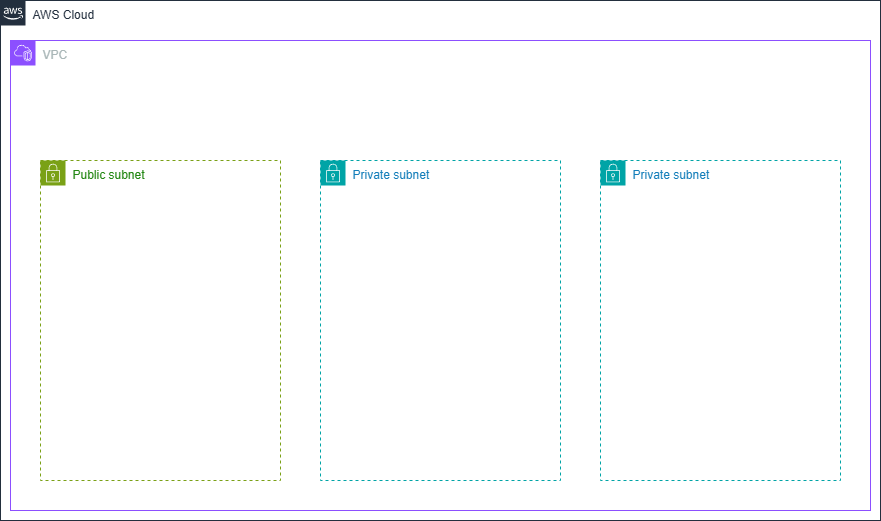
Above: AWS_Training_Arch.drawio.png in SubraiSambary/Drawings (draw.io), before the change. Source tidied: cells renumbered, new cells last; positions are measured from the earlier drawing's top-left corner, leaving out a move shared by most shapes.
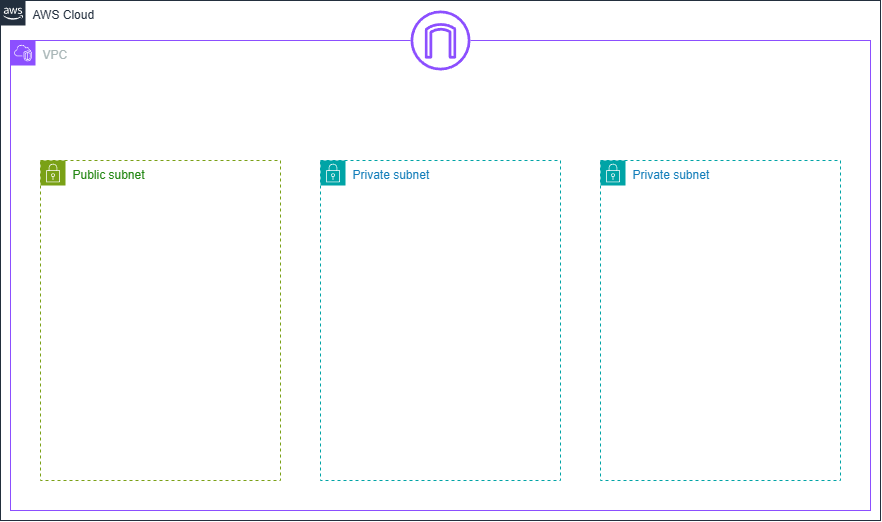
The same diagram one commit later.

Change to the diagram source:
```diff
@@ -26,5 +26,11 @@
     <mxCell id="9" style="rounded=0;whiteSpace=wrap;html=1;fillColor=none;dashed=1;strokeColor=light-dark(#7aa116, #e6e3ef);" parent="8" vertex="1">
       <mxGeometry width="240" height="320" as="geometry" />
     </mxCell>
+    <mxCell id="10" style="rounded=0;whiteSpace=wrap;html=1;strokeColor=none;" parent="3" vertex="1">
+      <mxGeometry x="400" y="-30" width="60" height="60" as="geometry" />
+    </mxCell>
+    <mxCell id="11" style="sketch=0;fontColor=#232F3E;gradientColor=none;fillColor=#8C4FFF;strokeColor=none;dashed=0;verticalLabelPosition=bottom;verticalAlign=top;align=center;html=1;fontSize=12;fontStyle=0;shape=mxgraph.aws4.internet_gateway;fillStyle=auto;" parent="3" vertex="1">
+      <mxGeometry x="400" y="-30" width="60" height="60" as="geometry" />
+    </mxCell>
   </root>
 </mxGraphModel>
```
